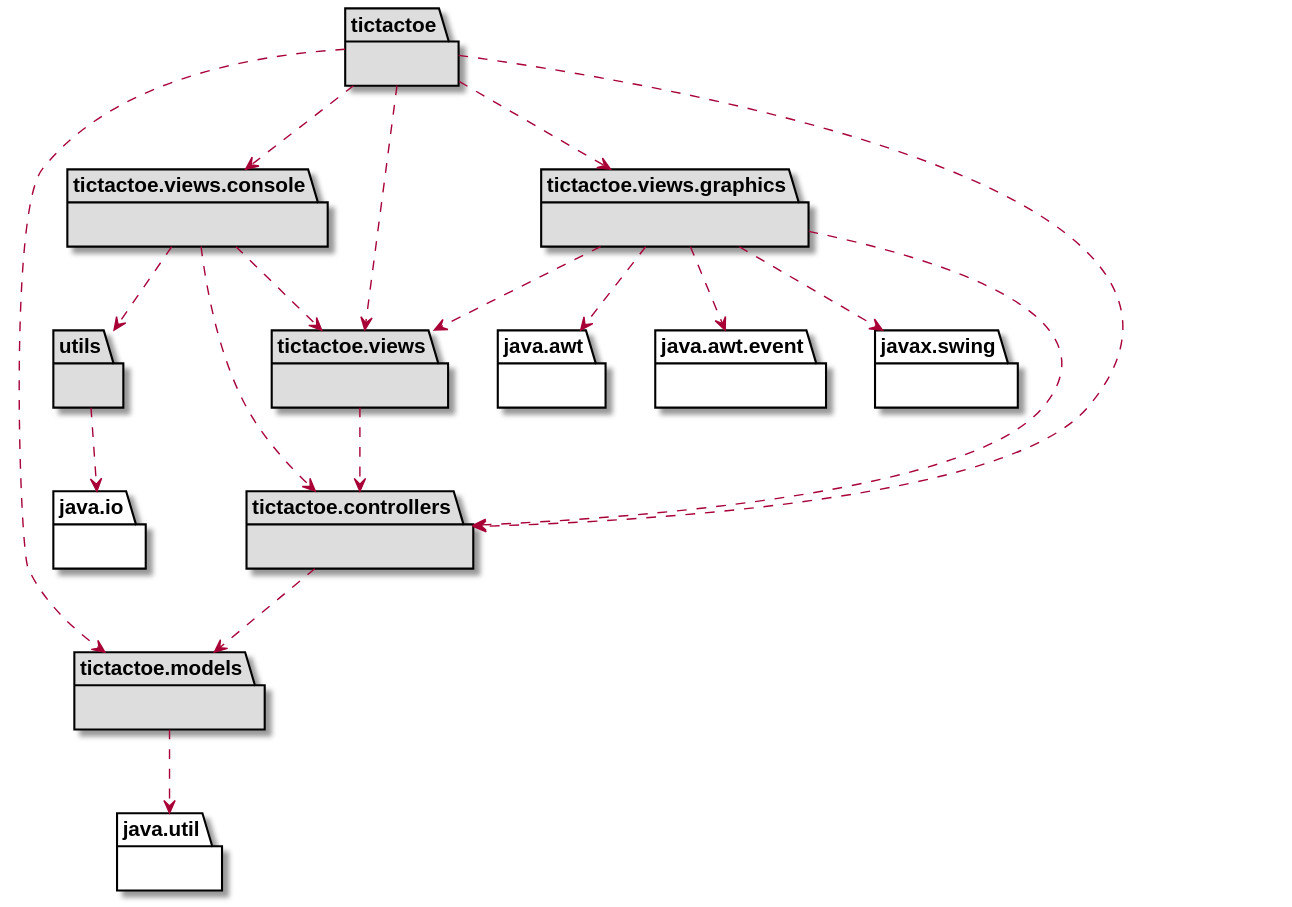
x-USantaTecla-game-ticTacToe/java keeps this PlantUML diagram as docs/build/docs/asciidoc/images/arquitecturaVersion7.svg. Above is the earlier version.
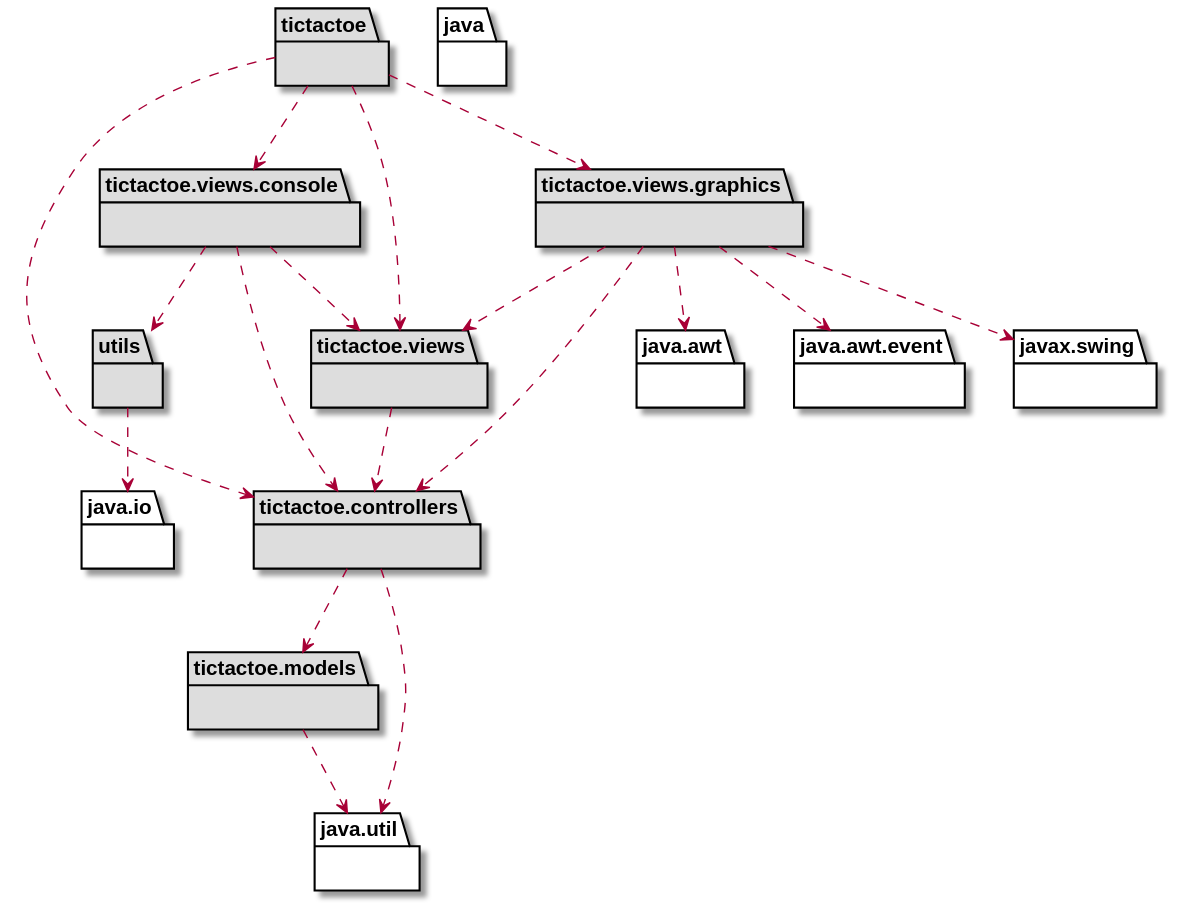
After the commit.

What changed in the source:
```diff
@@ -2,13 +2,13 @@
 
 package tictactoe #DDDDDD { }
 tictactoe .down.> tictactoe.views.graphics
-tictactoe .down.> tictactoe.models
 tictactoe .down.> tictactoe.views.console
 tictactoe .down.> tictactoe.controllers
 tictactoe .down.> tictactoe.views
 
 package tictactoe.controllers #DDDDDD { }
 tictactoe.controllers .down.> tictactoe.models
+tictactoe.controllers .down.> java.util
 
 package tictactoe.models #DDDDDD { }
 package java.util{ }
```
